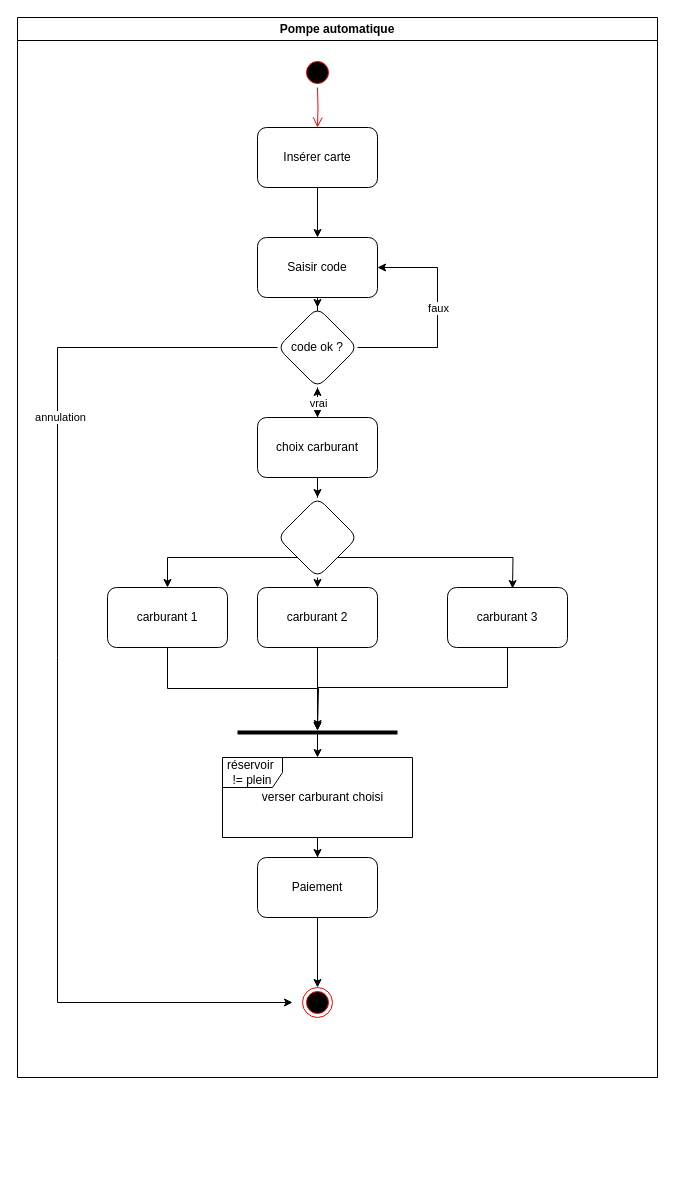
Earlier version of the draw.io diagram page "Page-1" (1 of 2) of Totality/Pompe.drawio (NLetenneur/UML-Introduction). Source tidied: cells renumbered, new cells numbered last; positions are measured from the earlier drawing's top-left corner, leaving out a move shared by most shapes. Both pictures are drawn from the tidied source at 100%, with x=0, y=0 at pixel (17, 17).
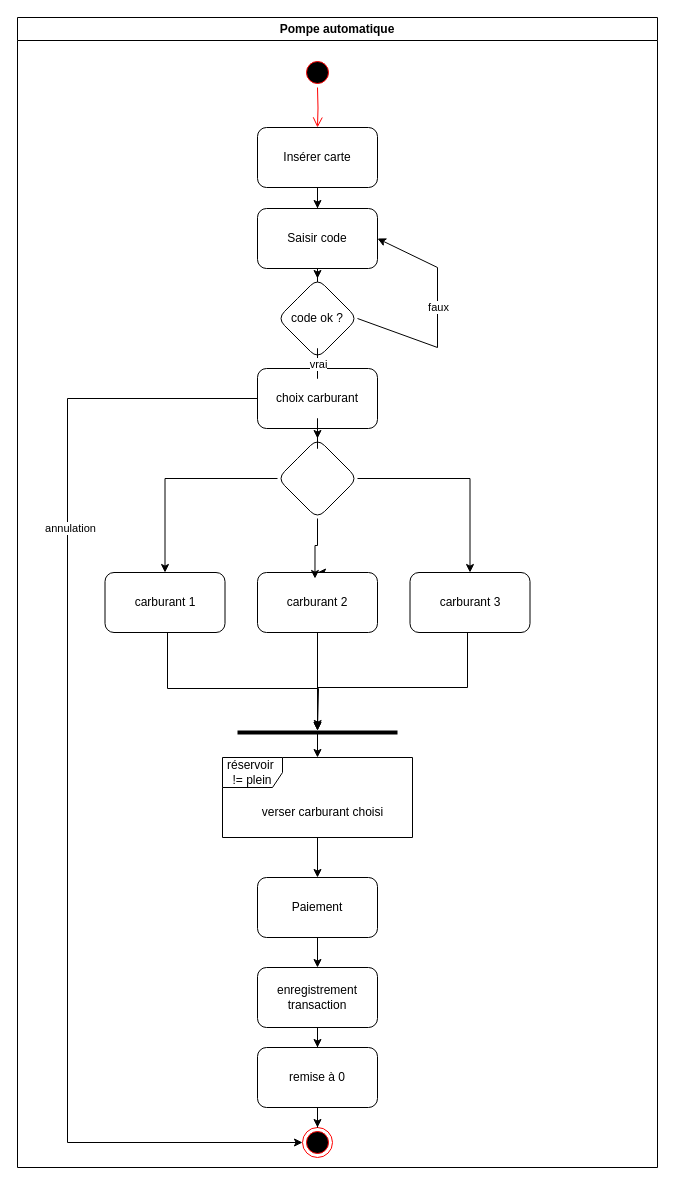
The same page after the edit.

Commit message (it also covers changes not shown here):
Mettre à jour Pompe.drawio

The change refers to these unchanged cells:
```xml
<mxCell id="28" style="line;strokeWidth=4;html=1;perimeter=backbonePerimeter;points=[];outlineConnect=0;" parent="2" vertex="1">
  <mxGeometry x="220" y="710" width="160" height="10" as="geometry" />
</mxCell>
```

What changed in the source:
```diff
@@
     <mxCell id="2" value="Pompe automatique" style="swimlane;whiteSpace=wrap;html=1;" parent="1" vertex="1">
-      <mxGeometry width="640" height="1060" as="geometry" />
+      <mxGeometry width="640" height="1150" as="geometry" />
     </mxCell>
@@
     <mxCell id="6" value="Saisir code" style="whiteSpace=wrap;html=1;rounded=1;" parent="2" vertex="1">
-      <mxGeometry x="240" y="220" width="120" height="60" as="geometry" />
+      <mxGeometry x="240" y="191" width="120" height="60" as="geometry" />
     </mxCell>
     <mxCell id="7" value="code ok ?" style="rhombus;whiteSpace=wrap;html=1;rounded=1;" parent="2" vertex="1">
-      <mxGeometry x="260" y="290" width="80" height="80" as="geometry" />
+      <mxGeometry x="260" y="261" width="80" height="80" as="geometry" />
     </mxCell>
@@
+    <mxCell id="11" style="edgeStyle=orthogonalEdgeStyle;rounded=0;jettySize=auto;html=1;exitX=0.5;exitY=1;exitDx=0;exitDy=0;entryX=0.5;entryY=0;entryDx=0;entryDy=0;" parent="2" edge="1" target="21">
+      <mxGeometry relative="1" as="geometry">
+        <mxPoint x="302.5" y="555" as="sourcePoint" />
+      </mxGeometry>
+    </mxCell>
-    <mxCell id="10" style="edgeStyle=orthogonalEdgeStyle;rounded=0;jettySize=auto;html=1;exitX=0;exitY=1;exitDx=0;exitDy=0;entryX=0.5;entryY=0;entryDx=0;entryDy=0;" parent="2" edge="1" source="12" target="19">
+    <mxCell id="10" style="edgeStyle=orthogonalEdgeStyle;rounded=0;jettySize=auto;html=1;" parent="2" edge="1" source="12" target="19">
       <mxGeometry relative="1" as="geometry" />
     </mxCell>
-    <mxCell id="11" style="edgeStyle=orthogonalEdgeStyle;rounded=0;jettySize=auto;html=1;exitX=0.5;exitY=1;exitDx=0;exitDy=0;entryX=0.5;entryY=0;entryDx=0;entryDy=0;" parent="2" edge="1" source="12" target="21">
-      <mxGeometry relative="1" as="geometry" />
-    </mxCell>
+    <mxCell id="37" style="edgeStyle=orthogonalEdgeStyle;rounded=0;jettySize=auto;html=1;entryX=0.5;entryY=0;entryDx=0;entryDy=0;" parent="2" edge="1" source="12" target="23">
+      <mxGeometry relative="1" as="geometry" />
+    </mxCell>
     <mxCell id="12" style="rhombus;whiteSpace=wrap;html=1;rounded=1;" parent="2" vertex="1">
-      <mxGeometry x="260" y="480" width="80" height="80" as="geometry" />
+      <mxGeometry x="260" y="421" width="80" height="80" as="geometry" />
     </mxCell>
     <mxCell id="13" value="choix carburant" style="rounded=1;whiteSpace=wrap;html=1;" parent="2" vertex="1">
-      <mxGeometry x="240" y="400" width="120" height="60" as="geometry" />
+      <mxGeometry x="240" y="351" width="120" height="60" as="geometry" />
     </mxCell>
@@
     <mxCell id="19" value="carburant 1" style="rounded=1;whiteSpace=wrap;html=1;" parent="2" vertex="1">
-      <mxGeometry x="90" y="570" width="120" height="60" as="geometry" />
+      <mxGeometry x="87.5" y="555" width="120" height="60" as="geometry" />
     </mxCell>
-    <mxCell id="20" style="edgeStyle=orthogonalEdgeStyle;rounded=0;jettySize=auto;html=1;" parent="2" edge="1" source="21" target="28">
+    <mxCell id="20" style="edgeStyle=orthogonalEdgeStyle;rounded=0;jettySize=auto;html=1;exitX=0.5;exitY=1;exitDx=0;exitDy=0;" parent="2" edge="1" source="21" target="28">
       <mxGeometry relative="1" as="geometry" />
     </mxCell>
     <mxCell id="21" value="&lt;div&gt;carburant 2&lt;/div&gt;" style="rounded=1;whiteSpace=wrap;html=1;" parent="2" vertex="1">
-      <mxGeometry x="240" y="570" width="120" height="60" as="geometry" />
+      <mxGeometry x="240" y="555" width="120" height="60" as="geometry" />
     </mxCell>
-    <mxCell id="22" style="edgeStyle=orthogonalEdgeStyle;rounded=0;jettySize=auto;html=1;" parent="2" edge="1" source="23" target="28">
+    <mxCell id="22" style="edgeStyle=orthogonalEdgeStyle;rounded=0;jettySize=auto;html=1;exitX=0.5;exitY=1;exitDx=0;exitDy=0;" parent="2" edge="1" source="23" target="28">
       <mxGeometry relative="1" as="geometry">
         <Array as="points">
-          <mxPoint x="490" y="670" />
+          <mxPoint x="450" y="670" />
           <mxPoint x="300" y="670" />
         </Array>
       </mxGeometry>
     </mxCell>
     <mxCell id="23" value="&lt;div&gt;carburant 3&lt;br&gt;&lt;/div&gt;" style="rounded=1;whiteSpace=wrap;html=1;" parent="2" vertex="1">
-      <mxGeometry x="430" y="570" width="120" height="60" as="geometry" />
+      <mxGeometry x="392.5" y="555" width="120" height="60" as="geometry" />
     </mxCell>
-    <mxCell id="24" style="edgeStyle=orthogonalEdgeStyle;rounded=0;jettySize=auto;html=1;exitX=1;exitY=1;exitDx=0;exitDy=0;entryX=0.625;entryY=0.017;entryDx=0;entryDy=0;entryPerimeter=0;" parent="2" edge="1" source="12">
-      <mxGeometry relative="1" as="geometry">
-        <mxPoint x="495" y="571" as="targetPoint" />
-      </mxGeometry>
-    </mxCell>
@@
     <mxCell id="31" value="verser carburant choisi" style="text;html=1;align=center;verticalAlign=middle;strokeColor=none;fillColor=none;" parent="2" vertex="1">
-      <mxGeometry x="230" y="765" width="150" height="30" as="geometry" />
+      <mxGeometry x="230" y="780" width="150" height="30" as="geometry" />
     </mxCell>
-    <mxCell id="32" style="edgeStyle=orthogonalEdgeStyle;rounded=0;jettySize=auto;html=1;" parent="2" edge="1" source="33" target="34">
-      <mxGeometry relative="1" as="geometry" />
-    </mxCell>
+    <mxCell id="38" style="edgeStyle=orthogonalEdgeStyle;rounded=0;jettySize=auto;html=1;entryX=0.5;entryY=0;entryDx=0;entryDy=0;" parent="2" edge="1" source="33" target="41">
+      <mxGeometry relative="1" as="geometry" />
+    </mxCell>
     <mxCell id="33" value="Paiement" style="rounded=1;whiteSpace=wrap;html=1;" parent="2" vertex="1">
-      <mxGeometry x="240" y="840" width="120" height="60" as="geometry" />
+      <mxGeometry x="240" y="860" width="120" height="60" as="geometry" />
     </mxCell>
     <mxCell id="34" style="ellipse;html=1;shape=endState;fillColor=#000000;strokeColor=#ff0000;" parent="2" vertex="1">
-      <mxGeometry x="285" y="970" width="30" height="30" as="geometry" />
+      <mxGeometry x="285" y="1110" width="30" height="30" as="geometry" />
     </mxCell>
-    <mxCell id="35" style="endArrow=classic;html=1;rounded=0;exitX=0;exitY=0.5;exitDx=0;exitDy=0;entryX=0;entryY=0.5;entryDx=0;entryDy=0;" parent="2" edge="1">
+    <mxCell id="35" style="endArrow=classic;html=1;rounded=0;exitX=0;exitY=0.5;exitDx=0;exitDy=0;entryX=0;entryY=0.5;entryDx=0;entryDy=0;" parent="2" edge="1" source="13" target="34">
       <mxGeometry relative="1" as="geometry">
-        <mxPoint x="260" y="330" as="sourcePoint" />
-        <mxPoint x="275" y="985" as="targetPoint" />
         <Array as="points">
-          <mxPoint x="40" y="330" />
-          <mxPoint x="40" y="640" />
-          <mxPoint x="40" y="985" />
+          <mxPoint x="50" y="381" />
+          <mxPoint x="50" y="762.5" />
+          <mxPoint x="50" y="1125" />
         </Array>
       </mxGeometry>
     </mxCell>
@@
+    <mxCell id="39" style="edgeStyle=orthogonalEdgeStyle;rounded=0;orthogonalLoop=1;jettySize=auto;html=1;exitX=0.5;exitY=1;exitDx=0;exitDy=0;" parent="2" edge="1" source="34" target="34">
+      <mxGeometry relative="1" as="geometry" />
+    </mxCell>
+    <mxCell id="40" style="edgeStyle=orthogonalEdgeStyle;rounded=0;jettySize=auto;html=1;" parent="2" edge="1" source="41" target="43">
+      <mxGeometry relative="1" as="geometry" />
+    </mxCell>
+    <mxCell id="41" value="enregistrement transaction" style="rounded=1;whiteSpace=wrap;html=1;" parent="2" vertex="1">
+      <mxGeometry x="240" y="950" width="120" height="60" as="geometry" />
+    </mxCell>
+    <mxCell id="42" style="edgeStyle=orthogonalEdgeStyle;rounded=0;jettySize=auto;html=1;" parent="2" edge="1" source="43" target="34">
+      <mxGeometry relative="1" as="geometry" />
+    </mxCell>
+    <mxCell id="43" value="remise à 0" style="rounded=1;whiteSpace=wrap;html=1;" parent="2" vertex="1">
+      <mxGeometry x="240" y="1030" width="120" height="60" as="geometry" />
+    </mxCell>
+    <mxCell id="44" style="edgeStyle=orthogonalEdgeStyle;rounded=0;jettySize=auto;html=1;entryX=0.479;entryY=0.1;entryDx=0;entryDy=0;entryPerimeter=0;" parent="2" edge="1" source="12" target="21">
+      <mxGeometry relative="1" as="geometry" />
+    </mxCell>
```
